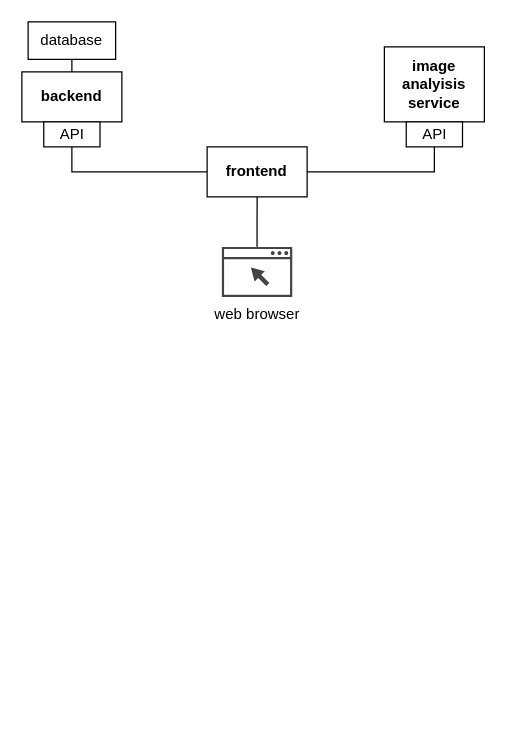
Above: diagrams/architecture.drawio in sonarom-org/ariavt-documentation (draw.io), before the change. Source tidied: cells renumbered, new cells numbered last; positions are measured from the earlier drawing's top-left corner, leaving out a move shared by most shapes. Both pictures are drawn from the tidied source at 125%, with x=0, y=0 at pixel (21, 21).
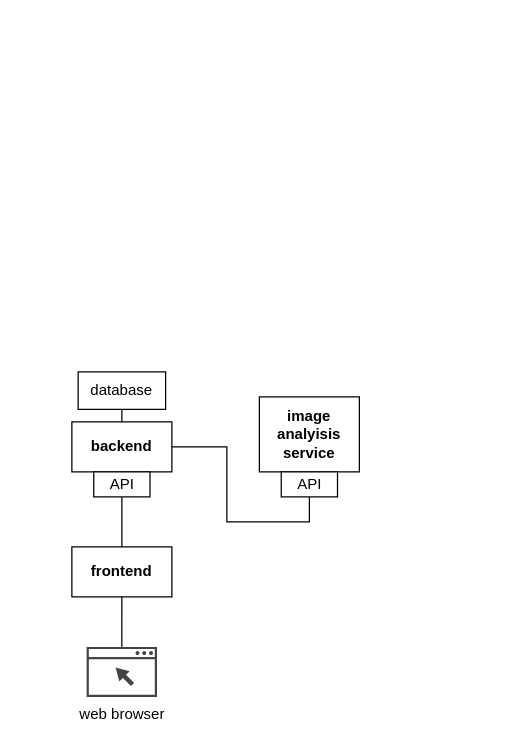
The same page after the edit.

The edit, as a diff of the source:
```diff
@@
 <mxGraphModel>
   <root>
     <mxCell id="0" />
     <mxCell id="1" parent="0" />
     <mxCell id="2" value="backend" style="rounded=0;whiteSpace=wrap;html=1;fontStyle=1;" parent="1" vertex="1">
-      <mxGeometry y="40" width="80" height="40" as="geometry" />
+      <mxGeometry x="40" y="320" width="80" height="40" as="geometry" />
     </mxCell>
     <mxCell id="3" value="frontend" style="rounded=0;whiteSpace=wrap;html=1;fontStyle=1;" parent="1" vertex="1">
-      <mxGeometry x="148.2" y="100" width="80" height="40" as="geometry" />
+      <mxGeometry x="40" y="420" width="80" height="40" as="geometry" />
     </mxCell>
     <mxCell id="4" value="database" style="rounded=0;whiteSpace=wrap;html=1;" parent="1" vertex="1">
-      <mxGeometry x="5" width="70" height="30" as="geometry" />
+      <mxGeometry x="45" y="280" width="70" height="30" as="geometry" />
     </mxCell>
     <mxCell id="5" value="web browser" style="shadow=0;dashed=0;html=1;strokeColor=none;fillColor=#434445;labelPosition=center;verticalLabelPosition=bottom;verticalAlign=top;align=center;outlineConnect=0;shape=mxgraph.vvd.web_browser;strokeWidth=1;" parent="1" vertex="1">
-      <mxGeometry x="160" y="180" width="56.3" height="40" as="geometry" />
+      <mxGeometry x="51.8" y="500" width="56.3" height="40" as="geometry" />
     </mxCell>
     <mxCell id="6" value="image analyisis service" style="rounded=0;whiteSpace=wrap;html=1;fontStyle=1;" parent="1" vertex="1">
-      <mxGeometry x="290" y="20" width="80" height="60" as="geometry" />
+      <mxGeometry x="190" y="300" width="80" height="60" as="geometry" />
     </mxCell>
-    <mxCell id="7" value="API" style="rounded=0;whiteSpace=wrap;html=1;fontStyle=0;" parent="1" vertex="1">
-      <mxGeometry x="307.5" y="80" width="45" height="20" as="geometry" />
-    </mxCell>
+    <mxCell id="13" value="API" style="rounded=0;whiteSpace=wrap;html=1;fontStyle=0;" parent="1" vertex="1">
+      <mxGeometry x="207.5" y="360" width="45" height="20" as="geometry" />
+    </mxCell>
     <mxCell id="8" style="endArrow=none;html=1;" parent="1" edge="1" source="2" target="4">
       <mxGeometry relative="1" as="geometry" />
     </mxCell>
-    <mxCell id="9" value="API" style="rounded=0;whiteSpace=wrap;html=1;fontStyle=0;" parent="1" vertex="1">
-      <mxGeometry x="17.5" y="80" width="45" height="20" as="geometry" />
-    </mxCell>
+    <mxCell id="14" value="API" style="rounded=0;whiteSpace=wrap;html=1;fontStyle=0;" parent="1" vertex="1">
+      <mxGeometry x="57.5" y="360" width="45" height="20" as="geometry" />
+    </mxCell>
     <mxCell id="10" style="endArrow=none;html=1;" parent="1" edge="1" source="5" target="3">
       <mxGeometry relative="1" as="geometry" />
     </mxCell>
-    <mxCell id="11" style="endArrow=none;html=1;edgeStyle=orthogonalEdgeStyle;rounded=0;" parent="1" edge="1" source="3" target="9">
-      <mxGeometry relative="1" as="geometry">
-        <Array as="points">
-          <mxPoint x="40" y="120" />
-        </Array>
-      </mxGeometry>
-    </mxCell>
-    <mxCell id="12" style="endArrow=none;html=1;rounded=0;edgeStyle=orthogonalEdgeStyle;" parent="1" edge="1" source="3" target="7">
-      <mxGeometry relative="1" as="geometry">
-        <Array as="points">
-          <mxPoint x="330" y="120" />
-        </Array>
-      </mxGeometry>
-    </mxCell>
+    <mxCell id="15" style="endArrow=none;html=1;edgeStyle=orthogonalEdgeStyle;rounded=0;" parent="1" edge="1" source="3" target="14">
+      <mxGeometry relative="1" as="geometry">
+        <Array as="points">
+          <mxPoint x="80" y="400" />
+        </Array>
+      </mxGeometry>
+    </mxCell>
+    <mxCell id="16" style="endArrow=none;html=1;edgeStyle=orthogonalEdgeStyle;rounded=0;" parent="1" edge="1" source="13" target="2">
+      <mxGeometry relative="1" as="geometry">
+        <Array as="points">
+          <mxPoint x="230" y="400" />
+          <mxPoint x="164" y="400" />
+          <mxPoint x="164" y="340" />
+        </Array>
+      </mxGeometry>
+    </mxCell>
   </root>
 </mxGraphModel>
```
